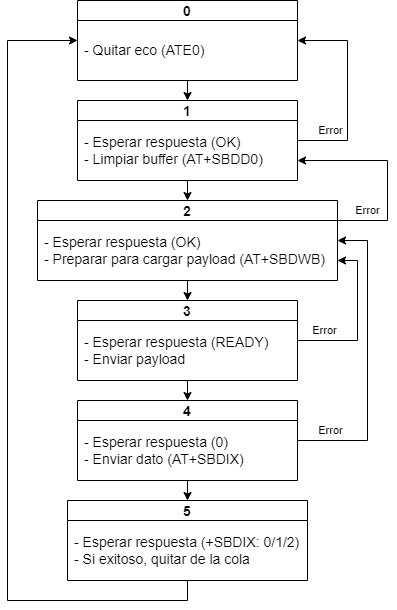
Before: docs/Diagramas/SendFSM.png, a diagram exported from draw.io (AgustinAllegui/Estacion-calidad-agua). Source tidied: cells renumbered, new cells last; positions are measured from the earlier drawing's top-left corner, leaving out a move shared by most shapes.
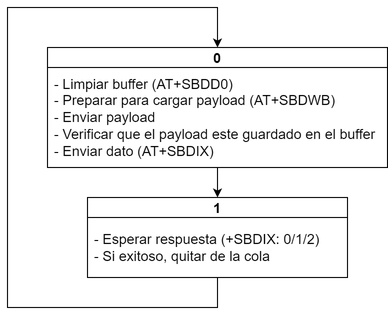
Above is the later version.

Commit message:
Diagramas actualizados

What changed in the source:
```diff
@@ -6,93 +6,26 @@
       <mxGeometry relative="1" as="geometry" />
     </mxCell>
     <mxCell id="3" value="0" style="swimlane;labelBackgroundColor=none;labelBorderColor=none;fontFamily=Helvetica;fontSize=14;fontColor=#000000;fillColor=default;startSize=20;" parent="1" vertex="1">
-      <mxGeometry x="70" width="220" height="80" as="geometry" />
+      <mxGeometry x="-20" y="100" width="340" height="120" as="geometry" />
     </mxCell>
-    <mxCell id="4" value="- Quitar eco (ATE0)" style="text;html=1;align=left;verticalAlign=middle;whiteSpace=wrap;rounded=0;labelBackgroundColor=none;labelBorderColor=none;fontFamily=Helvetica;fontSize=14;fontColor=default;spacingLeft=5;" parent="3" vertex="1">
-      <mxGeometry y="20" width="220" height="60" as="geometry" />
+    <mxCell id="4" value="- Limpiar buffer (AT+SBDD0)&lt;br&gt;- Preparar para cargar payload (AT+SBDWB)&lt;br&gt;- Enviar payload&lt;br&gt;- Verificar que el payload este guardado en el buffer&lt;br&gt;- Enviar dato (AT+SBDIX)" style="text;html=1;align=left;verticalAlign=middle;whiteSpace=wrap;rounded=0;labelBackgroundColor=none;labelBorderColor=none;fontFamily=Helvetica;fontSize=14;fontColor=default;spacingLeft=5;" parent="3" vertex="1">
+      <mxGeometry y="20" width="340" height="100" as="geometry" />
     </mxCell>
-    <mxCell id="5" style="edgeStyle=orthogonalEdgeStyle;rounded=0;jettySize=auto;html=1;exitX=0.5;exitY=1;exitDx=0;exitDy=0;entryX=0.5;entryY=0;entryDx=0;entryDy=0;" parent="1" edge="1" source="7" target="11">
-      <mxGeometry relative="1" as="geometry" />
-    </mxCell>
-    <mxCell id="6" value="Error" style="edgeStyle=orthogonalEdgeStyle;rounded=0;jettySize=auto;html=1;entryX=1;entryY=0.5;entryDx=0;entryDy=0;exitX=1;exitY=0.5;exitDx=0;exitDy=0;" parent="1" edge="1" source="7" target="3">
-      <mxGeometry x="-0.67" y="10" relative="1" as="geometry">
+    <mxCell id="6" style="edgeStyle=orthogonalEdgeStyle;rounded=0;jettySize=auto;html=1;entryX=0.5;entryY=0;entryDx=0;entryDy=0;" parent="1" edge="1" source="7" target="3">
+      <mxGeometry relative="1" as="geometry">
         <Array as="points">
-          <mxPoint x="340" y="140" />
-          <mxPoint x="340" y="40" />
+          <mxPoint x="150" y="360" />
+          <mxPoint x="-60" y="360" />
+          <mxPoint x="-60" y="60" />
+          <mxPoint x="150" y="60" />
         </Array>
       </mxGeometry>
     </mxCell>
     <mxCell id="7" value="1" style="swimlane;labelBackgroundColor=none;labelBorderColor=none;fontFamily=Helvetica;fontSize=14;fontColor=#000000;fillColor=default;startSize=20;" parent="1" vertex="1">
-      <mxGeometry x="70" y="100" width="220" height="80" as="geometry" />
+      <mxGeometry x="20" y="250" width="260" height="80" as="geometry" />
     </mxCell>
-    <mxCell id="8" value="&lt;span style=&quot;&quot;&gt;- Esperar respuesta (OK)&lt;br&gt;&lt;/span&gt;- Limpiar buffer (&lt;span&gt;AT+SBDD0)&lt;/span&gt;" style="text;html=1;align=left;verticalAlign=middle;whiteSpace=wrap;rounded=0;labelBackgroundColor=none;labelBorderColor=none;fontFamily=Helvetica;fontSize=14;fontColor=default;spacingLeft=5;" parent="7" vertex="1">
-      <mxGeometry y="20" width="220" height="60" as="geometry" />
+    <mxCell id="8" value="- Esperar respuesta (+SBDIX: 0/1/2)&lt;br&gt;- Si exitoso, quitar de la cola" style="text;html=1;align=left;verticalAlign=middle;whiteSpace=wrap;rounded=0;labelBackgroundColor=none;labelBorderColor=none;fontFamily=Helvetica;fontSize=14;fontColor=default;spacingLeft=5;" parent="7" vertex="1">
+      <mxGeometry y="20" width="260" height="60" as="geometry" />
     </mxCell>
-    <mxCell id="9" style="edgeStyle=orthogonalEdgeStyle;rounded=0;jettySize=auto;html=1;exitX=0.5;exitY=1;exitDx=0;exitDy=0;entryX=0.5;entryY=0;entryDx=0;entryDy=0;" parent="1" edge="1" source="11" target="15">
-      <mxGeometry relative="1" as="geometry" />
-    </mxCell>
-    <mxCell id="10" value="Error" style="edgeStyle=orthogonalEdgeStyle;rounded=0;jettySize=auto;html=1;exitX=1;exitY=0.25;exitDx=0;exitDy=0;entryX=1;entryY=0.75;entryDx=0;entryDy=0;" parent="1" edge="1" source="11" target="7">
-      <mxGeometry x="-0.7" y="10" relative="1" as="geometry">
-        <Array as="points">
-          <mxPoint x="380" y="220" />
-          <mxPoint x="380" y="160" />
-        </Array>
-      </mxGeometry>
-    </mxCell>
-    <mxCell id="11" value="2" style="swimlane;labelBackgroundColor=none;labelBorderColor=none;fontFamily=Helvetica;fontSize=14;fontColor=#000000;fillColor=default;startSize=20;" parent="1" vertex="1">
-      <mxGeometry x="30" y="200" width="300" height="80" as="geometry" />
-    </mxCell>
-    <mxCell id="12" value="- Esperar respuesta (OK)&lt;br&gt;- Preparar para cargar payload (AT+SBDWB)" style="text;html=1;align=left;verticalAlign=middle;whiteSpace=wrap;rounded=0;labelBackgroundColor=none;labelBorderColor=none;fontFamily=Helvetica;fontSize=14;fontColor=default;spacingLeft=5;" parent="11" vertex="1">
-      <mxGeometry y="20" width="300" height="60" as="geometry" />
-    </mxCell>
-    <mxCell id="13" style="edgeStyle=orthogonalEdgeStyle;rounded=0;jettySize=auto;html=1;exitX=0.5;exitY=1;exitDx=0;exitDy=0;entryX=0.5;entryY=0;entryDx=0;entryDy=0;" parent="1" edge="1" source="15" target="19">
-      <mxGeometry relative="1" as="geometry" />
-    </mxCell>
-    <mxCell id="14" value="Error" style="edgeStyle=orthogonalEdgeStyle;rounded=0;jettySize=auto;html=1;exitX=1;exitY=0.5;exitDx=0;exitDy=0;entryX=1;entryY=0.75;entryDx=0;entryDy=0;" parent="1" edge="1" source="15" target="11">
-      <mxGeometry x="-0.65" y="10" relative="1" as="geometry">
-        <Array as="points">
-          <mxPoint x="350" y="340" />
-          <mxPoint x="350" y="260" />
-        </Array>
-      </mxGeometry>
-    </mxCell>
-    <mxCell id="15" value="3" style="swimlane;labelBackgroundColor=none;labelBorderColor=none;fontFamily=Helvetica;fontSize=14;fontColor=#000000;fillColor=default;startSize=20;" parent="1" vertex="1">
-      <mxGeometry x="70" y="300" width="220" height="80" as="geometry" />
-    </mxCell>
-    <mxCell id="16" value="- Esperar respuesta (READY)&lt;br&gt;- Enviar payload" style="text;html=1;align=left;verticalAlign=middle;whiteSpace=wrap;rounded=0;labelBackgroundColor=none;labelBorderColor=none;fontFamily=Helvetica;fontSize=14;fontColor=default;spacingLeft=5;" parent="15" vertex="1">
-      <mxGeometry y="20" width="220" height="60" as="geometry" />
-    </mxCell>
-    <mxCell id="17" style="edgeStyle=orthogonalEdgeStyle;rounded=0;jettySize=auto;html=1;exitX=0.5;exitY=1;exitDx=0;exitDy=0;entryX=0.5;entryY=0;entryDx=0;entryDy=0;" parent="1" edge="1" source="19" target="22">
-      <mxGeometry relative="1" as="geometry" />
-    </mxCell>
-    <mxCell id="18" value="Error" style="edgeStyle=orthogonalEdgeStyle;rounded=0;jettySize=auto;html=1;exitX=1;exitY=0.5;exitDx=0;exitDy=0;entryX=1;entryY=0.5;entryDx=0;entryDy=0;" parent="1" edge="1" source="19" target="11">
-      <mxGeometry x="-0.79" y="10" relative="1" as="geometry">
-        <Array as="points">
-          <mxPoint x="360" y="440" />
-          <mxPoint x="360" y="240" />
-        </Array>
-      </mxGeometry>
-    </mxCell>
-    <mxCell id="19" value="4" style="swimlane;labelBackgroundColor=none;labelBorderColor=none;fontFamily=Helvetica;fontSize=14;fontColor=#000000;fillColor=default;startSize=20;" parent="1" vertex="1">
-      <mxGeometry x="70" y="400" width="220" height="80" as="geometry" />
-    </mxCell>
-    <mxCell id="20" value="- Esperar respuesta (0)&lt;br&gt;- Enviar dato (AT+SBDIX)" style="text;html=1;align=left;verticalAlign=middle;whiteSpace=wrap;rounded=0;labelBackgroundColor=none;labelBorderColor=none;fontFamily=Helvetica;fontSize=14;fontColor=default;spacingLeft=5;" parent="19" vertex="1">
-      <mxGeometry y="20" width="220" height="60" as="geometry" />
-    </mxCell>
-    <mxCell id="21" style="edgeStyle=orthogonalEdgeStyle;rounded=0;jettySize=auto;html=1;exitX=0.5;exitY=1;exitDx=0;exitDy=0;entryX=0;entryY=0.5;entryDx=0;entryDy=0;" parent="1" edge="1" source="22" target="3">
-      <mxGeometry relative="1" as="geometry">
-        <Array as="points">
-          <mxPoint x="180" y="600" />
-          <mxPoint y="600" />
-          <mxPoint y="40" />
-        </Array>
-      </mxGeometry>
-    </mxCell>
-    <mxCell id="22" value="5" style="swimlane;labelBackgroundColor=none;labelBorderColor=none;fontFamily=Helvetica;fontSize=14;fontColor=#000000;fillColor=default;startSize=20;" parent="1" vertex="1">
-      <mxGeometry x="60" y="500" width="240" height="80" as="geometry" />
-    </mxCell>
-    <mxCell id="23" value="- Esperar respuesta (+SBDIX: 0/1/2)&lt;br&gt;- Si exitoso, quitar de la cola" style="text;html=1;align=left;verticalAlign=middle;whiteSpace=wrap;rounded=0;labelBackgroundColor=none;labelBorderColor=none;fontFamily=Helvetica;fontSize=14;fontColor=default;spacingLeft=5;" parent="22" vertex="1">
-      <mxGeometry y="20" width="240" height="60" as="geometry" />
-    </mxCell>
   </root>
 </mxGraphModel>
```
